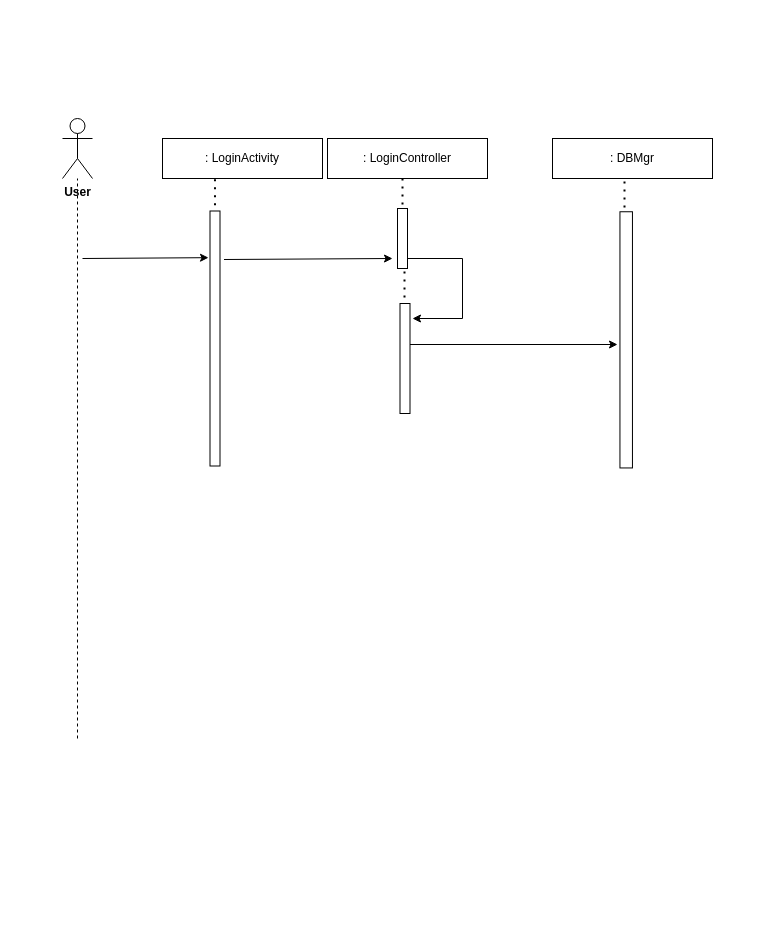
The draw.io diagram Login.drawio in AvinashMahala/SE1_Project, before the edit. Source tidied: cells renumbered, new cells numbered last; positions are measured from the earlier drawing's top-left corner, leaving out a move shared by most shapes. Both pictures are drawn from the tidied source at 100%, with x=0, y=0 at pixel (62, 118).
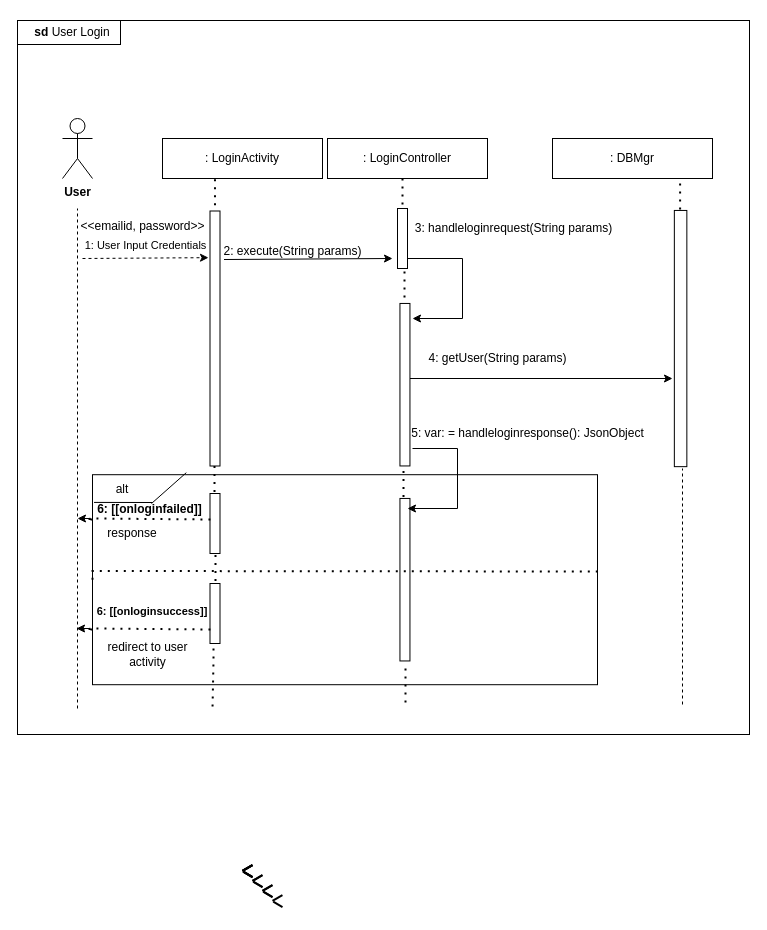
The same page after the edit.

Unchanged cells that the change refers to:
```xml
<mxCell id="3" value="&lt;b&gt;User&lt;/b&gt;" style="shape=umlActor;verticalLabelPosition=bottom;verticalAlign=top;html=1;outlineConnect=0;" parent="1" vertex="1">
  <mxGeometry width="30" height="60" as="geometry" />
</mxCell>
<mxCell id="7" style="rounded=0;whiteSpace=wrap;html=1;rotation=90;" parent="1" vertex="1">
  <mxGeometry x="25" y="215" width="255" height="10" as="geometry" />
</mxCell>
```

Change to the diagram source:
```diff
@@
+    <mxCell id="21" style="rounded=0;whiteSpace=wrap;html=1;" parent="1" vertex="1">
+      <mxGeometry x="-45" y="-98" width="732" height="714" as="geometry" />
+    </mxCell>
+    <mxCell id="22" style="rounded=0;whiteSpace=wrap;html=1;" parent="1" vertex="1">
+      <mxGeometry x="30" y="356.2" width="505" height="210" as="geometry" />
+    </mxCell>
-    <mxCell id="2" style="endArrow=none;dashed=1;html=1;rounded=0;" parent="1" edge="1" target="3">
+    <mxCell id="2" style="endArrow=none;dashed=1;html=1;rounded=0;" parent="1" edge="1">
       <mxGeometry relative="1" as="geometry">
-        <mxPoint x="15" y="620" as="sourcePoint" />
+        <mxPoint x="15" y="590" as="sourcePoint" />
+        <mxPoint x="15" y="90" as="targetPoint" />
       </mxGeometry>
     </mxCell>
@@
     <mxCell id="8" style="rounded=0;whiteSpace=wrap;html=1;rotation=90;" parent="1" vertex="1">
-      <mxGeometry x="287.5" y="235" width="110" height="10" as="geometry" />
+      <mxGeometry x="261.2" y="261.2" width="162.5" height="10" as="geometry" />
     </mxCell>
@@
     <mxCell id="10" style="rounded=0;whiteSpace=wrap;html=1;rotation=90;" parent="1" vertex="1">
-      <mxGeometry x="435.6" y="215.1" width="256.2" height="12.5" as="geometry" />
+      <mxGeometry x="490" y="213.8" width="256.2" height="12.5" as="geometry" />
     </mxCell>
-    <mxCell id="11" style="endArrow=classic;html=1;rounded=0;entryX=0.183;entryY=1.15;entryDx=0;entryDy=0;entryPerimeter=0;" parent="1" edge="1" target="7">
+    <mxCell id="11" style="endArrow=classic;html=1;rounded=0;entryX=0.183;entryY=1.15;entryDx=0;entryDy=0;entryPerimeter=0;dashed=1;" parent="1" edge="1" target="7">
       <mxGeometry relative="1" as="geometry">
         <mxPoint x="20" y="140" as="sourcePoint" />
       </mxGeometry>
     </mxCell>
@@
     <mxCell id="16" style="endArrow=classic;html=1;rounded=0;" parent="1" edge="1">
       <mxGeometry relative="1" as="geometry">
-        <mxPoint x="347.5" y="226" as="sourcePoint" />
-        <mxPoint x="555" y="226" as="targetPoint" />
+        <mxPoint x="347.5" y="260" as="sourcePoint" />
+        <mxPoint x="610" y="260" as="targetPoint" />
       </mxGeometry>
     </mxCell>
@@
     <mxCell id="19" style="endArrow=none;dashed=1;html=1;dashPattern=1 3;strokeWidth=2;rounded=0;entryX=0;entryY=0.5;entryDx=0;entryDy=0;" parent="1" edge="1">
       <mxGeometry relative="1" as="geometry">
-        <mxPoint x="562" y="63" as="sourcePoint" />
-        <mxPoint x="562" y="93" as="targetPoint" />
+        <mxPoint x="617.6" y="65" as="sourcePoint" />
+        <mxPoint x="617.6" y="95" as="targetPoint" />
       </mxGeometry>
     </mxCell>
@@
+    <mxCell id="23" value="&amp;lt;&amp;lt;emailid, password&amp;gt;&amp;gt;" style="text;html=1;align=center;verticalAlign=middle;strokeColor=none;fillColor=none;" parent="1" vertex="1">
+      <mxGeometry x="5" y="93" width="150" height="30" as="geometry" />
+    </mxCell>
+    <mxCell id="24" value="2: execute(String params)" style="text;html=1;align=center;verticalAlign=middle;strokeColor=none;fillColor=none;" parent="1" vertex="1">
+      <mxGeometry x="152" y="120" width="156" height="26" as="geometry" />
+    </mxCell>
+    <mxCell id="25" value="3: handleloginrequest(String params)" style="text;html=1;align=center;verticalAlign=middle;strokeColor=none;fillColor=none;" parent="1" vertex="1">
+      <mxGeometry x="343" y="97" width="215" height="26" as="geometry" />
+    </mxCell>
+    <mxCell id="26" value="4: getUser(String params)" style="text;html=1;align=center;verticalAlign=middle;strokeColor=none;fillColor=none;" parent="1" vertex="1">
+      <mxGeometry x="357" y="227" width="156" height="26" as="geometry" />
+    </mxCell>
+    <mxCell id="27" style="rounded=0;whiteSpace=wrap;html=1;rotation=90;" parent="1" vertex="1">
+      <mxGeometry x="261.2" y="456.2" width="162.5" height="10" as="geometry" />
+    </mxCell>
+    <mxCell id="28" style="rounded=0;whiteSpace=wrap;html=1;rotation=90;" parent="1" vertex="1">
+      <mxGeometry x="122.5" y="400" width="60" height="10" as="geometry" />
+    </mxCell>
+    <mxCell id="29" style="rounded=0;whiteSpace=wrap;html=1;rotation=90;" parent="1" vertex="1">
+      <mxGeometry x="122.5" y="490" width="60" height="10" as="geometry" />
+    </mxCell>
+    <mxCell id="30" style="endArrow=none;dashed=1;html=1;dashPattern=1 3;strokeWidth=2;rounded=0;exitX=1;exitY=0.75;exitDx=0;exitDy=0;entryX=0;entryY=0.75;entryDx=0;entryDy=0;" parent="1" edge="1">
+      <mxGeometry relative="1" as="geometry">
+        <mxPoint x="152" y="347.5" as="sourcePoint" />
+        <mxPoint x="152" y="375" as="targetPoint" />
+        <Array as="points">
+          <mxPoint x="152" y="360" />
+        </Array>
+      </mxGeometry>
+    </mxCell>
+    <mxCell id="31" style="endArrow=none;dashed=1;html=1;dashPattern=1 3;strokeWidth=2;rounded=0;exitX=1;exitY=0.75;exitDx=0;exitDy=0;entryX=0;entryY=0.75;entryDx=0;entryDy=0;" parent="1" edge="1">
+      <mxGeometry relative="1" as="geometry">
+        <mxPoint x="153" y="436.5" as="sourcePoint" />
+        <mxPoint x="153" y="464" as="targetPoint" />
+        <Array as="points">
+          <mxPoint x="153" y="449" />
+        </Array>
+      </mxGeometry>
+    </mxCell>
+    <mxCell id="32" style="endArrow=none;dashed=1;html=1;dashPattern=1 3;strokeWidth=2;rounded=0;exitX=1;exitY=0.75;exitDx=0;exitDy=0;entryX=0;entryY=0.75;entryDx=0;entryDy=0;" parent="1" edge="1">
+      <mxGeometry relative="1" as="geometry">
+        <mxPoint x="341" y="352.5" as="sourcePoint" />
+        <mxPoint x="341" y="380" as="targetPoint" />
+        <Array as="points">
+          <mxPoint x="341" y="365" />
+        </Array>
+      </mxGeometry>
+    </mxCell>
+    <mxCell id="33" style="endArrow=none;dashed=1;html=1;dashPattern=1 3;strokeWidth=2;rounded=0;" parent="1" edge="1">
+      <mxGeometry relative="1" as="geometry">
+        <mxPoint x="343" y="550" as="sourcePoint" />
+        <mxPoint x="343" y="590" as="targetPoint" />
+        <Array as="points">
+          <mxPoint x="343" y="562.5" />
+        </Array>
+      </mxGeometry>
+    </mxCell>
+    <mxCell id="34" style="endArrow=none;html=1;rounded=0;" parent="1" edge="1">
+      <mxGeometry relative="1" as="geometry">
+        <mxPoint x="350" y="330" as="sourcePoint" />
+        <mxPoint x="395" y="330" as="targetPoint" />
+      </mxGeometry>
+    </mxCell>
+    <mxCell id="35" style="endArrow=none;html=1;rounded=0;" parent="1" edge="1">
+      <mxGeometry relative="1" as="geometry">
+        <mxPoint x="395" y="330" as="sourcePoint" />
+        <mxPoint x="395" y="390" as="targetPoint" />
+      </mxGeometry>
+    </mxCell>
+    <mxCell id="36" style="endArrow=classic;html=1;rounded=0;" parent="1" edge="1">
+      <mxGeometry relative="1" as="geometry">
+        <mxPoint x="395" y="390" as="sourcePoint" />
+        <mxPoint x="345" y="390" as="targetPoint" />
+      </mxGeometry>
+    </mxCell>
+    <mxCell id="37" value="5: var: = handleloginresponse(): JsonObject" style="text;html=1;align=center;verticalAlign=middle;strokeColor=none;fillColor=none;" parent="1" vertex="1">
+      <mxGeometry x="340" y="302" width="250" height="26" as="geometry" />
+    </mxCell>
+    <mxCell id="38" style="endArrow=none;dashed=1;html=1;rounded=0;" parent="1" edge="1">
+      <mxGeometry relative="1" as="geometry">
+        <mxPoint x="620" y="586" as="sourcePoint" />
+        <mxPoint x="620" y="350" as="targetPoint" />
+      </mxGeometry>
+    </mxCell>
+    <mxCell id="39" style="endArrow=none;dashed=1;html=1;dashPattern=1 3;strokeWidth=2;rounded=0;" parent="1" edge="1">
+      <mxGeometry relative="1" as="geometry">
+        <mxPoint x="151" y="530" as="sourcePoint" />
+        <mxPoint x="150" y="590" as="targetPoint" />
+        <Array as="points">
+          <mxPoint x="151" y="542.5" />
+        </Array>
+      </mxGeometry>
+    </mxCell>
+    <mxCell id="40" style="endArrow=none;dashed=1;html=1;dashPattern=1 3;strokeWidth=2;rounded=0;exitX=0;exitY=0.5;exitDx=0;exitDy=0;" parent="1" edge="1" source="22">
+      <mxGeometry relative="1" as="geometry">
+        <mxPoint x="540" y="453" as="targetPoint" />
+        <Array as="points">
+          <mxPoint x="30" y="452.5" />
+        </Array>
+      </mxGeometry>
+    </mxCell>
+    <mxCell id="41" style="endArrow=none;dashed=1;html=1;dashPattern=1 3;strokeWidth=2;rounded=0;" parent="1" edge="1">
+      <mxGeometry relative="1" as="geometry">
+        <mxPoint x="30" y="401" as="sourcePoint" />
+        <mxPoint x="150" y="401" as="targetPoint" />
+        <Array as="points">
+          <mxPoint x="20" y="401" />
+          <mxPoint x="30" y="400" />
+        </Array>
+      </mxGeometry>
+    </mxCell>
+    <mxCell id="42" style="endArrow=none;dashed=1;html=1;dashPattern=1 3;strokeWidth=2;rounded=0;" parent="1" edge="1">
+      <mxGeometry relative="1" as="geometry">
+        <mxPoint x="30" y="511" as="sourcePoint" />
+        <mxPoint x="150" y="511" as="targetPoint" />
+        <Array as="points">
+          <mxPoint x="20" y="511" />
+          <mxPoint x="30" y="510" />
+        </Array>
+      </mxGeometry>
+    </mxCell>
+    <mxCell id="43" style="group;" parent="1" vertex="1">
+      <mxGeometry x="177.5" y="742.4" width="15" height="20.5" as="geometry" />
+    </mxCell>
+    <mxCell id="44" style="line;strokeWidth=2;html=1;rotation=-30;" parent="43" vertex="1">
+      <mxGeometry x="1.7" y="2.2" width="11.5" height="10" as="geometry" />
+    </mxCell>
+    <mxCell id="45" style="line;strokeWidth=2;html=1;rotation=30;" parent="43" vertex="1">
+      <mxGeometry x="2.5" y="8.5" width="10.7" height="10" as="geometry" />
+    </mxCell>
+    <mxCell id="46" style="group;" parent="1" vertex="1">
+      <mxGeometry x="177.5" y="742.4" width="15" height="20.5" as="geometry" />
+    </mxCell>
+    <mxCell id="47" style="line;strokeWidth=2;html=1;rotation=-30;" parent="46" vertex="1">
+      <mxGeometry x="1.7" y="2.2" width="11.5" height="10" as="geometry" />
+    </mxCell>
+    <mxCell id="48" style="line;strokeWidth=2;html=1;rotation=30;" parent="46" vertex="1">
+      <mxGeometry x="2.5" y="8.5" width="10.7" height="10" as="geometry" />
+    </mxCell>
+    <mxCell id="49" style="group;" parent="1" vertex="1">
+      <mxGeometry x="177.5" y="742.4" width="15" height="20.5" as="geometry" />
+    </mxCell>
+    <mxCell id="50" style="line;strokeWidth=2;html=1;rotation=-30;" parent="49" vertex="1">
+      <mxGeometry x="1.7" y="2.2" width="11.5" height="10" as="geometry" />
+    </mxCell>
+    <mxCell id="51" style="line;strokeWidth=2;html=1;rotation=30;" parent="49" vertex="1">
+      <mxGeometry x="2.5" y="8.5" width="10.7" height="10" as="geometry" />
+    </mxCell>
+    <mxCell id="52" style="group;" parent="1" vertex="1">
+      <mxGeometry x="177.5" y="742.4" width="15" height="20.5" as="geometry" />
+    </mxCell>
+    <mxCell id="53" style="line;strokeWidth=2;html=1;rotation=-30;" parent="52" vertex="1">
+      <mxGeometry x="1.7" y="2.2" width="11.5" height="10" as="geometry" />
+    </mxCell>
+    <mxCell id="54" style="line;strokeWidth=2;html=1;rotation=30;" parent="52" vertex="1">
+      <mxGeometry x="2.5" y="8.5" width="10.7" height="10" as="geometry" />
+    </mxCell>
+    <mxCell id="55" style="group;" parent="1" vertex="1">
+      <mxGeometry x="187.5" y="752.4" width="15" height="20.5" as="geometry" />
+    </mxCell>
+    <mxCell id="56" style="line;strokeWidth=2;html=1;rotation=-30;" parent="55" vertex="1">
+      <mxGeometry x="1.7" y="2.2" width="11.5" height="10" as="geometry" />
+    </mxCell>
+    <mxCell id="57" style="line;strokeWidth=2;html=1;rotation=30;" parent="55" vertex="1">
+      <mxGeometry x="2.5" y="8.5" width="10.7" height="10" as="geometry" />
+    </mxCell>
+    <mxCell id="58" style="group;" parent="1" vertex="1">
+      <mxGeometry x="187.5" y="752.4" width="15" height="20.5" as="geometry" />
+    </mxCell>
+    <mxCell id="59" style="line;strokeWidth=2;html=1;rotation=-30;" parent="58" vertex="1">
+      <mxGeometry x="1.7" y="2.2" width="11.5" height="10" as="geometry" />
+    </mxCell>
+    <mxCell id="60" style="line;strokeWidth=2;html=1;rotation=30;" parent="58" vertex="1">
+      <mxGeometry x="2.5" y="8.5" width="10.7" height="10" as="geometry" />
+    </mxCell>
+    <mxCell id="61" style="group;" parent="1" vertex="1">
+      <mxGeometry x="197.5" y="762.4" width="15" height="20.5" as="geometry" />
+    </mxCell>
+    <mxCell id="62" style="line;strokeWidth=2;html=1;rotation=-30;" parent="61" vertex="1">
+      <mxGeometry x="1.7" y="2.2" width="11.5" height="10" as="geometry" />
+    </mxCell>
+    <mxCell id="63" style="line;strokeWidth=2;html=1;rotation=30;" parent="61" vertex="1">
+      <mxGeometry x="2.5" y="8.5" width="10.7" height="10" as="geometry" />
+    </mxCell>
+    <mxCell id="64" style="group;" parent="1" vertex="1">
+      <mxGeometry x="197.5" y="762.4" width="15" height="20.5" as="geometry" />
+    </mxCell>
+    <mxCell id="65" style="line;strokeWidth=2;html=1;rotation=-30;" parent="64" vertex="1">
+      <mxGeometry x="1.7" y="2.2" width="11.5" height="10" as="geometry" />
+    </mxCell>
+    <mxCell id="66" style="line;strokeWidth=2;html=1;rotation=30;" parent="64" vertex="1">
+      <mxGeometry x="2.5" y="8.5" width="10.7" height="10" as="geometry" />
+    </mxCell>
+    <mxCell id="67" style="group;" parent="1" vertex="1">
+      <mxGeometry x="207.5" y="772.4" width="15" height="20.5" as="geometry" />
+    </mxCell>
+    <mxCell id="68" style="line;strokeWidth=2;html=1;rotation=-30;" parent="67" vertex="1">
+      <mxGeometry x="1.7" y="2.2" width="11.5" height="10" as="geometry" />
+    </mxCell>
+    <mxCell id="69" style="line;strokeWidth=2;html=1;rotation=30;" parent="67" vertex="1">
+      <mxGeometry x="2.5" y="8.5" width="10.7" height="10" as="geometry" />
+    </mxCell>
+    <mxCell id="70" style="endArrow=none;html=1;rounded=0;entryX=0.003;entryY=0.132;entryDx=0;entryDy=0;entryPerimeter=0;" parent="1" edge="1" target="22">
+      <mxGeometry relative="1" as="geometry">
+        <mxPoint x="90" y="384" as="sourcePoint" />
+      </mxGeometry>
+    </mxCell>
+    <mxCell id="71" style="endArrow=none;html=1;rounded=0;exitX=0.168;exitY=0.014;exitDx=0;exitDy=0;exitPerimeter=0;" parent="1" edge="1">
+      <mxGeometry relative="1" as="geometry">
+        <mxPoint x="123.8" y="354.2" as="sourcePoint" />
+        <mxPoint x="89" y="385" as="targetPoint" />
+      </mxGeometry>
+    </mxCell>
+    <mxCell id="72" value="alt" style="text;html=1;strokeColor=none;fillColor=none;align=center;verticalAlign=middle;whiteSpace=wrap;rounded=0;" parent="1" vertex="1">
+      <mxGeometry x="30" y="356.2" width="60" height="30" as="geometry" />
+    </mxCell>
+    <mxCell id="73" value="6: [[onloginfailed]]" style="text;html=1;strokeColor=none;fillColor=none;align=center;verticalAlign=middle;whiteSpace=wrap;rounded=0;fontStyle=1;" parent="1" vertex="1">
+      <mxGeometry x="15" y="376" width="145" height="30" as="geometry" />
+    </mxCell>
+    <mxCell id="74" value="response" style="text;html=1;strokeColor=none;fillColor=none;align=center;verticalAlign=middle;whiteSpace=wrap;rounded=0;" parent="1" vertex="1">
+      <mxGeometry x="40" y="400" width="60" height="30" as="geometry" />
+    </mxCell>
+    <mxCell id="75" value="6: [[onloginsuccess]]" style="text;html=1;strokeColor=none;fillColor=none;align=center;verticalAlign=middle;whiteSpace=wrap;rounded=0;fontStyle=1;fontSize=11;" parent="1" vertex="1">
+      <mxGeometry x="24" y="478" width="132" height="30" as="geometry" />
+    </mxCell>
+    <mxCell id="76" value="redirect to user activity" style="text;html=1;strokeColor=none;fillColor=none;align=center;verticalAlign=middle;whiteSpace=wrap;rounded=0;" parent="1" vertex="1">
+      <mxGeometry x="32.5" y="520.5" width="105" height="30" as="geometry" />
+    </mxCell>
+    <mxCell id="77" value="1: User Input Credentials" style="text;html=1;align=center;verticalAlign=middle;strokeColor=none;fillColor=none;fontSize=11;" parent="1" vertex="1">
+      <mxGeometry x="13" y="114" width="140" height="25" as="geometry" />
+    </mxCell>
+    <mxCell id="78" style="endArrow=classic;html=1;rounded=0;" parent="1" edge="1">
+      <mxGeometry relative="1" as="geometry">
+        <mxPoint x="28" y="400" as="sourcePoint" />
+        <mxPoint x="15" y="400" as="targetPoint" />
+      </mxGeometry>
+    </mxCell>
+    <mxCell id="79" style="endArrow=classic;html=1;rounded=0;" parent="1" edge="1">
+      <mxGeometry relative="1" as="geometry">
+        <mxPoint x="27" y="510" as="sourcePoint" />
+        <mxPoint x="14" y="510" as="targetPoint" />
+      </mxGeometry>
+    </mxCell>
+    <mxCell id="80" style="rounded=0;whiteSpace=wrap;html=1;" parent="1" vertex="1">
+      <mxGeometry x="-45" y="-98" width="103" height="24" as="geometry" />
+    </mxCell>
+    <mxCell id="81" value="&lt;b&gt;sd&lt;/b&gt; User Login" style="text;html=1;strokeColor=none;fillColor=none;align=center;verticalAlign=middle;whiteSpace=wrap;rounded=0;" parent="1" vertex="1">
+      <mxGeometry x="-36" y="-101" width="92" height="30" as="geometry" />
+    </mxCell>
```
